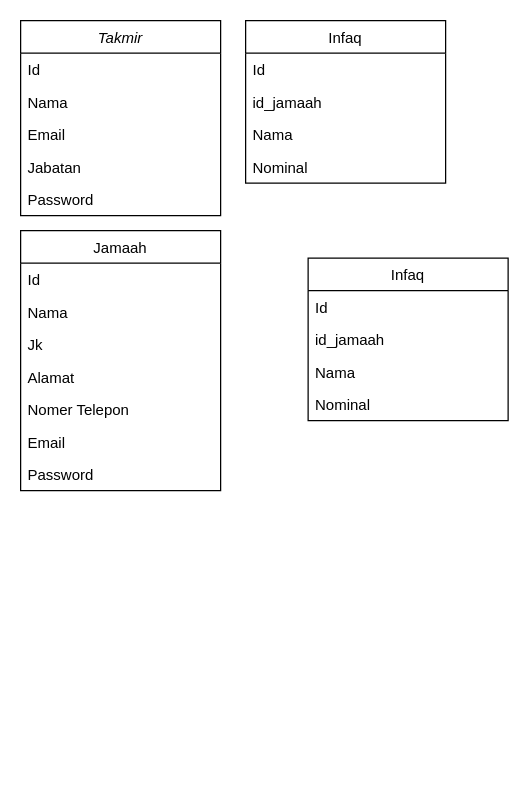
Earlier version of the draw.io diagram diagramMasjid.drawio (yudhawahyup27/Data). Source tidied: cells renumbered, new cells numbered last; positions are measured from the earlier drawing's top-left corner, leaving out a move shared by most shapes. Both pictures are drawn from the tidied source at 125%, with x=0, y=0 at pixel (20, 20).
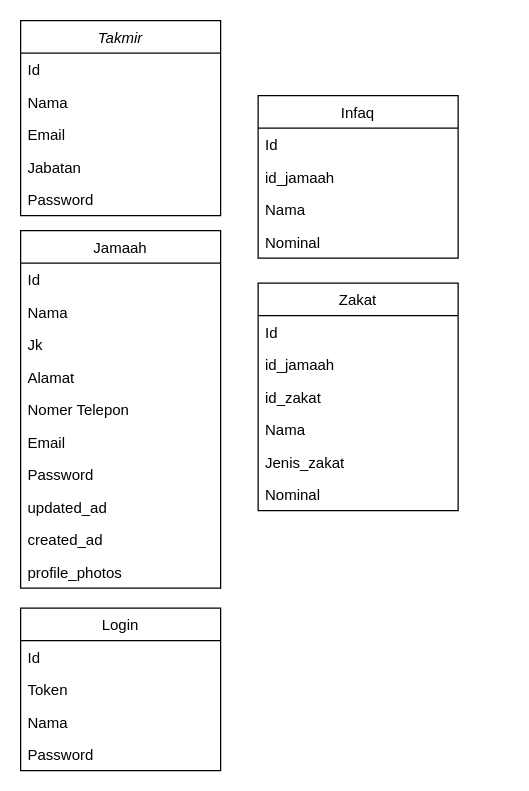
After the change.

What changed in the source:
```diff
@@
     <mxCell id="8" value="Jamaah" style="swimlane;fontStyle=0;align=center;verticalAlign=top;horizontal=1;startSize=26;rounded=0;shadow=0;strokeWidth=1;" parent="1" vertex="1">
-      <mxGeometry y="168" width="160" height="208" as="geometry" />
+      <mxGeometry y="168" width="160" height="286" as="geometry" />
     </mxCell>
@@
+    <mxCell id="26" value="updated_ad" style="text;align=left;verticalAlign=top;spacingLeft=4;spacingRight=4;overflow=hidden;" parent="8" vertex="1">
+      <mxGeometry y="208" width="160" height="26" as="geometry" />
+    </mxCell>
+    <mxCell id="27" value="created_ad" style="text;align=left;verticalAlign=top;spacingLeft=4;spacingRight=4;overflow=hidden;" parent="8" vertex="1">
+      <mxGeometry y="234" width="160" height="26" as="geometry" />
+    </mxCell>
+    <mxCell id="28" value="profile_photos" style="text;align=left;verticalAlign=top;spacingLeft=4;spacingRight=4;overflow=hidden;" parent="8" vertex="1">
+      <mxGeometry y="260" width="160" height="26" as="geometry" />
+    </mxCell>
     <mxCell id="16" value="Infaq" style="swimlane;fontStyle=0;align=center;verticalAlign=top;horizontal=1;startSize=26;rounded=0;shadow=0;strokeWidth=1;" parent="1" vertex="1">
-      <mxGeometry x="180" width="160" height="130" as="geometry" />
+      <mxGeometry x="190" y="60" width="160" height="130" as="geometry" />
     </mxCell>
@@
-    <mxCell id="21" value="Infaq" style="swimlane;fontStyle=0;align=center;verticalAlign=top;horizontal=1;startSize=26;rounded=0;shadow=0;strokeWidth=1;" parent="1" vertex="1">
-      <mxGeometry x="230" y="190" width="160" height="130" as="geometry" />
+    <mxCell id="21" value="Zakat" style="swimlane;fontStyle=0;align=center;verticalAlign=top;horizontal=1;startSize=26;rounded=0;shadow=0;strokeWidth=1;" parent="1" vertex="1">
+      <mxGeometry x="190" y="210" width="160" height="182" as="geometry" />
     </mxCell>
@@
+    <mxCell id="29" value="id_zakat" style="text;align=left;verticalAlign=top;spacingLeft=4;spacingRight=4;overflow=hidden;" parent="21" vertex="1">
+      <mxGeometry y="78" width="160" height="26" as="geometry" />
+    </mxCell>
     <mxCell id="24" value="Nama" style="text;align=left;verticalAlign=top;spacingLeft=4;spacingRight=4;overflow=hidden;" parent="21" vertex="1">
-      <mxGeometry y="78" width="160" height="26" as="geometry" />
+      <mxGeometry y="104" width="160" height="26" as="geometry" />
     </mxCell>
+    <mxCell id="30" value="Jenis_zakat" style="text;align=left;verticalAlign=top;spacingLeft=4;spacingRight=4;overflow=hidden;" parent="21" vertex="1">
+      <mxGeometry y="130" width="160" height="26" as="geometry" />
+    </mxCell>
     <mxCell id="25" value="Nominal" style="text;align=left;verticalAlign=top;spacingLeft=4;spacingRight=4;overflow=hidden;" parent="21" vertex="1">
-      <mxGeometry y="104" width="160" height="26" as="geometry" />
+      <mxGeometry y="156" width="160" height="26" as="geometry" />
     </mxCell>
+    <mxCell id="31" value="Login" style="swimlane;fontStyle=0;align=center;verticalAlign=top;horizontal=1;startSize=26;rounded=0;shadow=0;strokeWidth=1;" parent="1" vertex="1">
+      <mxGeometry y="470" width="160" height="130" as="geometry" />
+    </mxCell>
+    <mxCell id="32" value="Id" style="text;align=left;verticalAlign=top;spacingLeft=4;spacingRight=4;overflow=hidden;" parent="31" vertex="1">
+      <mxGeometry y="26" width="160" height="26" as="geometry" />
+    </mxCell>
+    <mxCell id="33" value="Token" style="text;align=left;verticalAlign=top;spacingLeft=4;spacingRight=4;overflow=hidden;" parent="31" vertex="1">
+      <mxGeometry y="52" width="160" height="26" as="geometry" />
+    </mxCell>
+    <mxCell id="34" value="Nama" style="text;align=left;verticalAlign=top;spacingLeft=4;spacingRight=4;overflow=hidden;" parent="31" vertex="1">
+      <mxGeometry y="78" width="160" height="26" as="geometry" />
+    </mxCell>
+    <mxCell id="35" value="Password" style="text;align=left;verticalAlign=top;spacingLeft=4;spacingRight=4;overflow=hidden;" parent="31" vertex="1">
+      <mxGeometry y="104" width="160" height="26" as="geometry" />
+    </mxCell>
```
